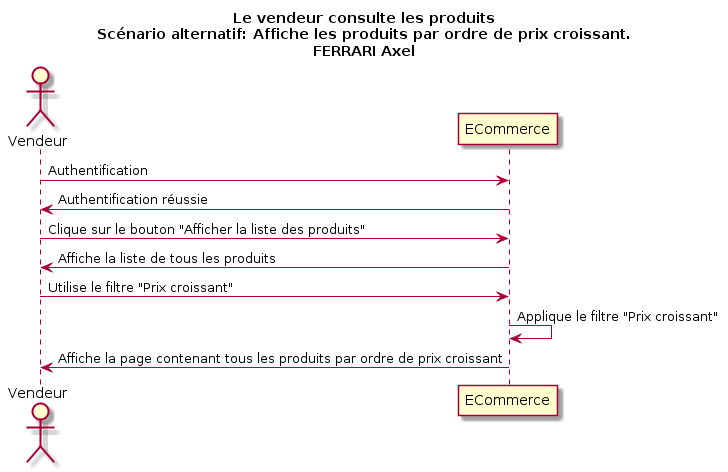
The PlantUML diagram DiagSequence/Vendeur/Consulter les produits/Le vendeur consulte les produits Affiche les produits par ordre de prix croissant.png in Moinketroa/Ebayz, before a commit.
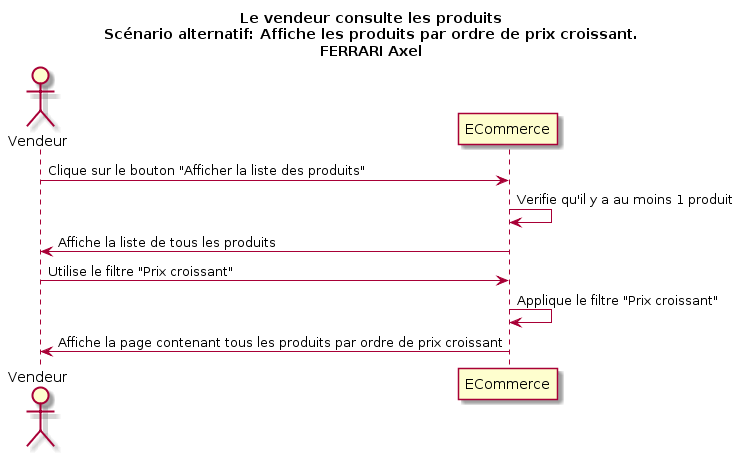
After the change.

The edit, as a diff of the source:
```diff
@@ -3,9 +3,8 @@
 Actor Vendeur as v
 participant ECommerce as a
 
-v -> a : Authentification
-v <- a : Authentification réussie
 v -> a : Clique sur le bouton "Afficher la liste des produits"
+a -> a : Verifie qu'il y a au moins 1 produit
 v <- a : Affiche la liste de tous les produits
 v -> a : Utilise le filtre "Prix croissant"
 a -> a : Applique le filtre "Prix croissant"
```
